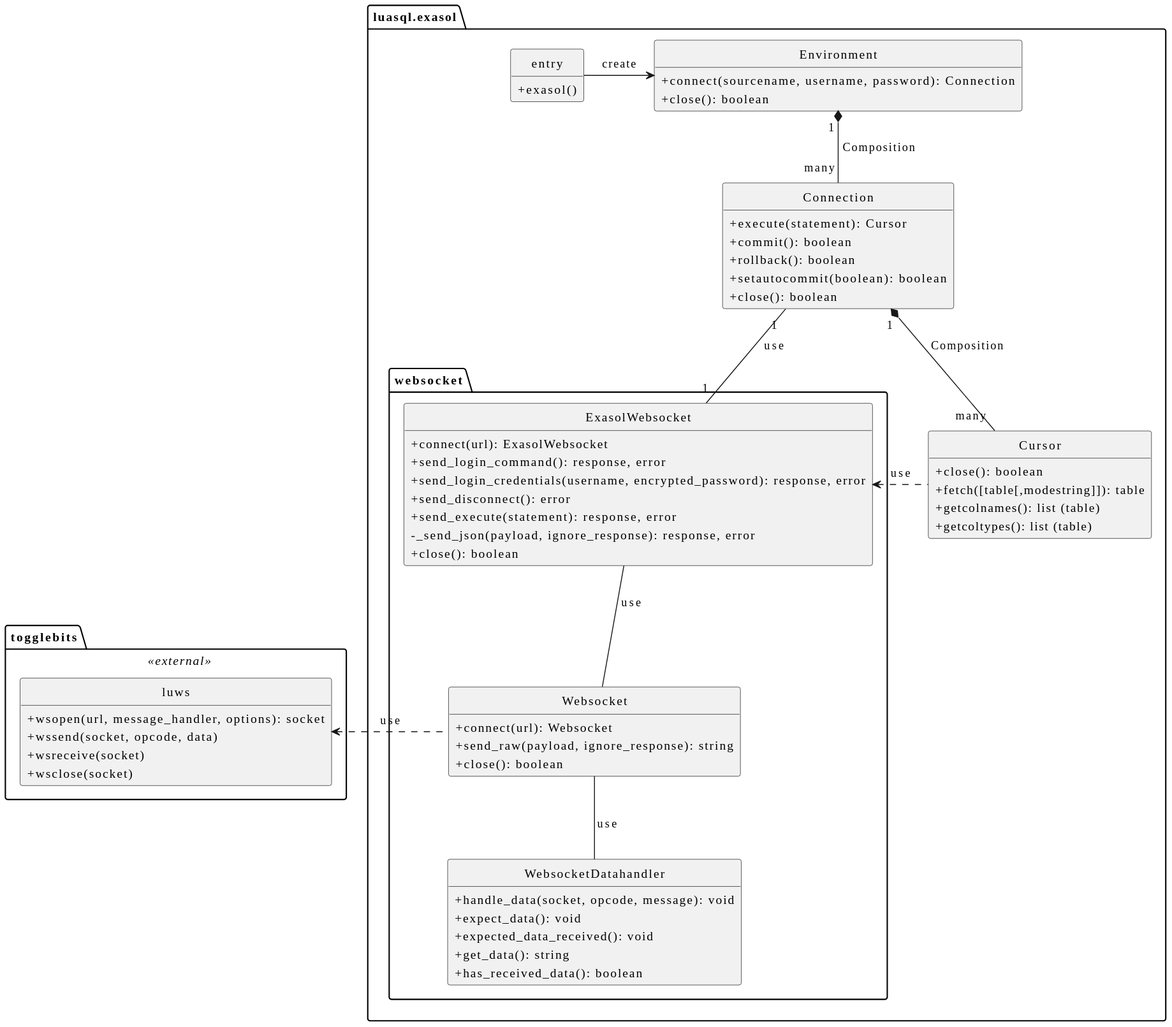
Before: doc/images/generated/cl_exasol_driver_lua.svg, a diagram exported from PlantUML (exasol/exasol-driver-lua).
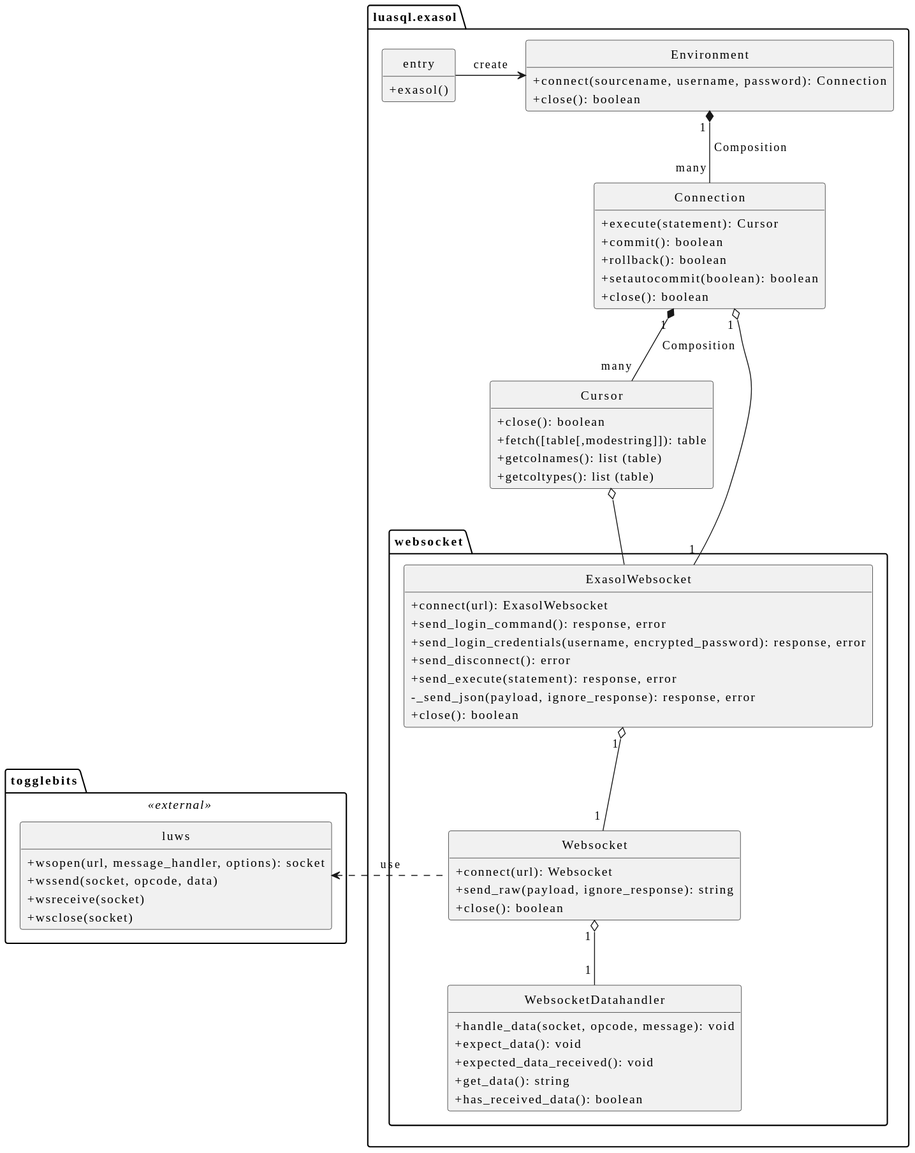
After the change.

Change to the diagram source:
```diff
@@ -44,9 +44,9 @@
             +get_data(): string
             +has_received_data(): boolean
         }
-        ExasolWebsocket -- Websocket : use
+        ExasolWebsocket "1" o-- "1" Websocket
         Websocket .l.> togglebits.luws : use
-        Websocket -- WebsocketDatahandler : use
+        Websocket "1" o-- "1" WebsocketDatahandler
     }
 }
 package togglebits <<external>> {
@@ -60,8 +60,8 @@
 entry -> Environment : create
 Environment "1" *-- "many" Connection : +Composition
 Connection "1" *-- "many" Cursor : +Composition
-Connection "1" -- "1" ExasolWebsocket : use
-Cursor .l.> ExasolWebsocket : use
+Connection "1" o-- "1" ExasolWebsocket
+Cursor o-- ExasolWebsocket
 
 url of togglebits is [[https://github.com/toggledbits/LuWS]]
 url of togglebits.luws is [[https://github.com/toggledbits/LuWS]]
```
